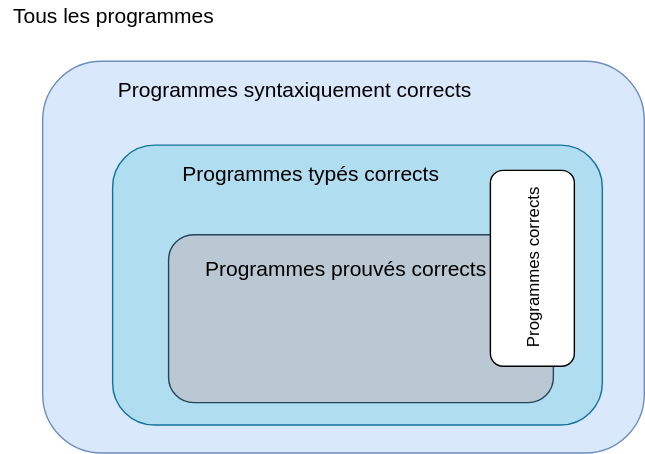
This is prog/prog/images/verification.svg from diu-uf-bordeaux/bloc1, a draw.io export, as it was before one commit. Source tidied: cells renumbered, new cells last; positions are measured from the earlier drawing's top-left corner, leaving out a move shared by most shapes.
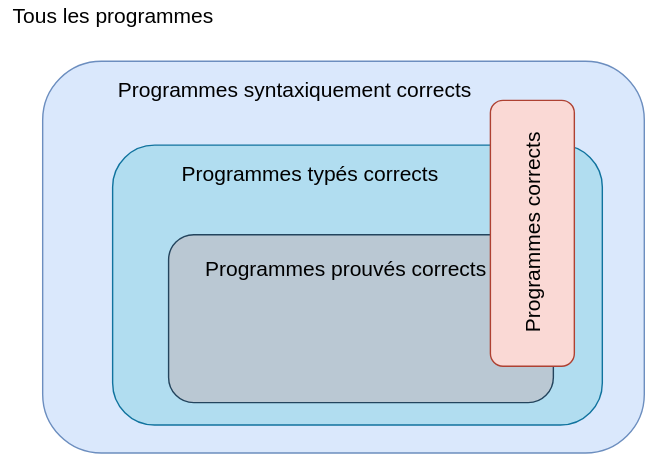
After the change.

Commit message:
Prog - slight modif of verification.svg

Change to the diagram source:
```diff
@@ -23,8 +23,8 @@
     <mxCell id="8" value="Programmes prouvés corrects" style="text;html=1;strokeColor=none;fillColor=none;align=center;verticalAlign=middle;whiteSpace=wrap;rounded=0;glass=0;comic=0;fontSize=15;fontFamily=sans-serif;" parent="1" vertex="1">
       <mxGeometry x="143" y="181" width="207" height="20" as="geometry" />
     </mxCell>
-    <mxCell id="9" value="Programmes corrects" style="rounded=1;whiteSpace=wrap;html=1;rotation=-90;" parent="1" vertex="1">
-      <mxGeometry x="310" y="161" width="140" height="60" as="geometry" />
+    <mxCell id="9" value="Programmes corrects" style="rounded=1;whiteSpace=wrap;html=1;rotation=-90;fontFamily=sans-serif;fontSize=15;fillColor=#fad9d5;strokeColor=#ae4132;" parent="1" vertex="1">
+      <mxGeometry x="285" y="136" width="190" height="60" as="geometry" />
     </mxCell>
   </root>
 </mxGraphModel>
```
